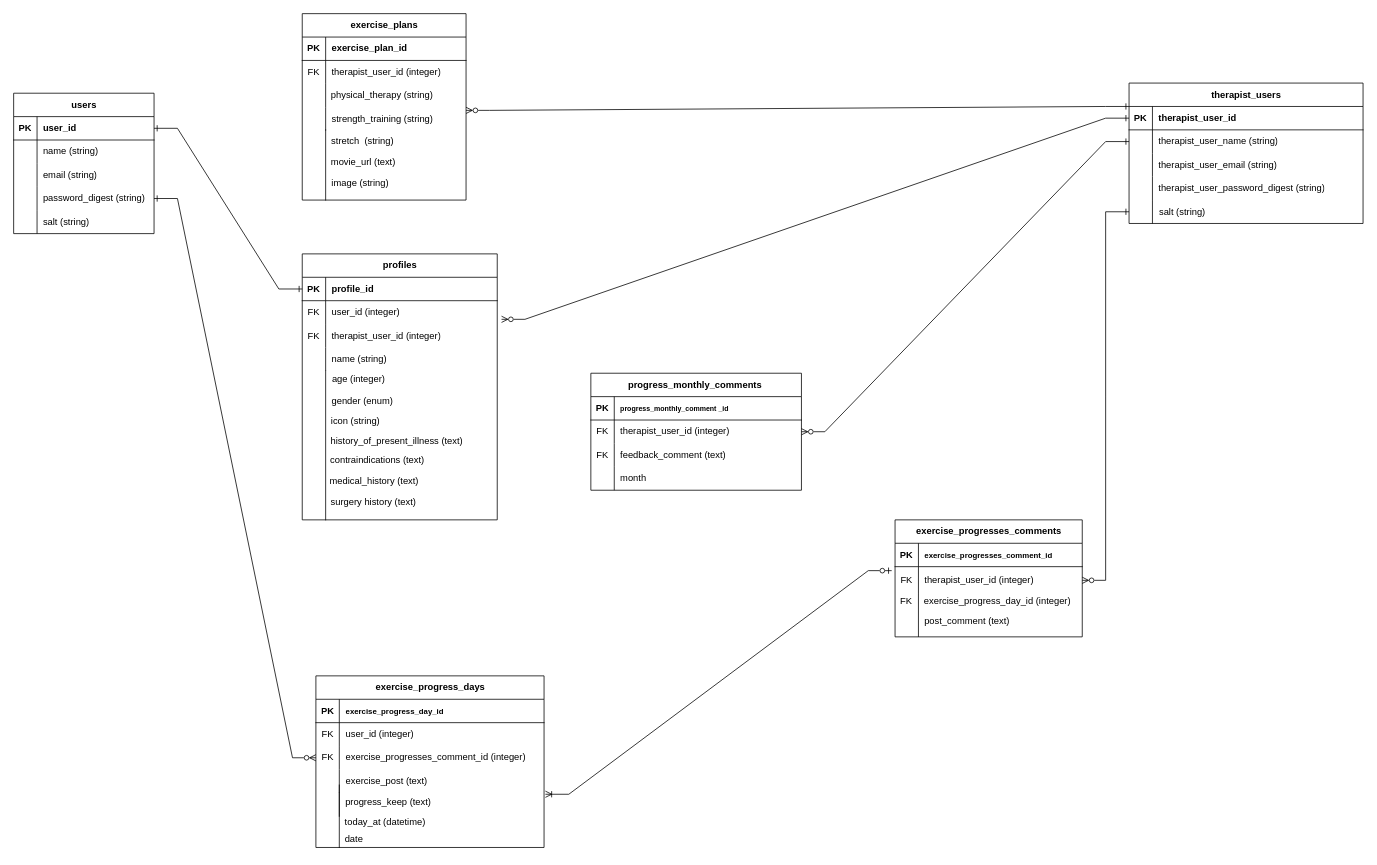
This is ER図.drawio from shimicha/rehabili_tracking_app, a draw.io file, before an edit. Source tidied: cells renumbered, new cells numbered last; positions are measured from the earlier drawing's top-left corner, leaving out a move shared by most shapes. Both pictures are drawn from the tidied source at 78%, with x=0, y=0 at pixel (13, 13).
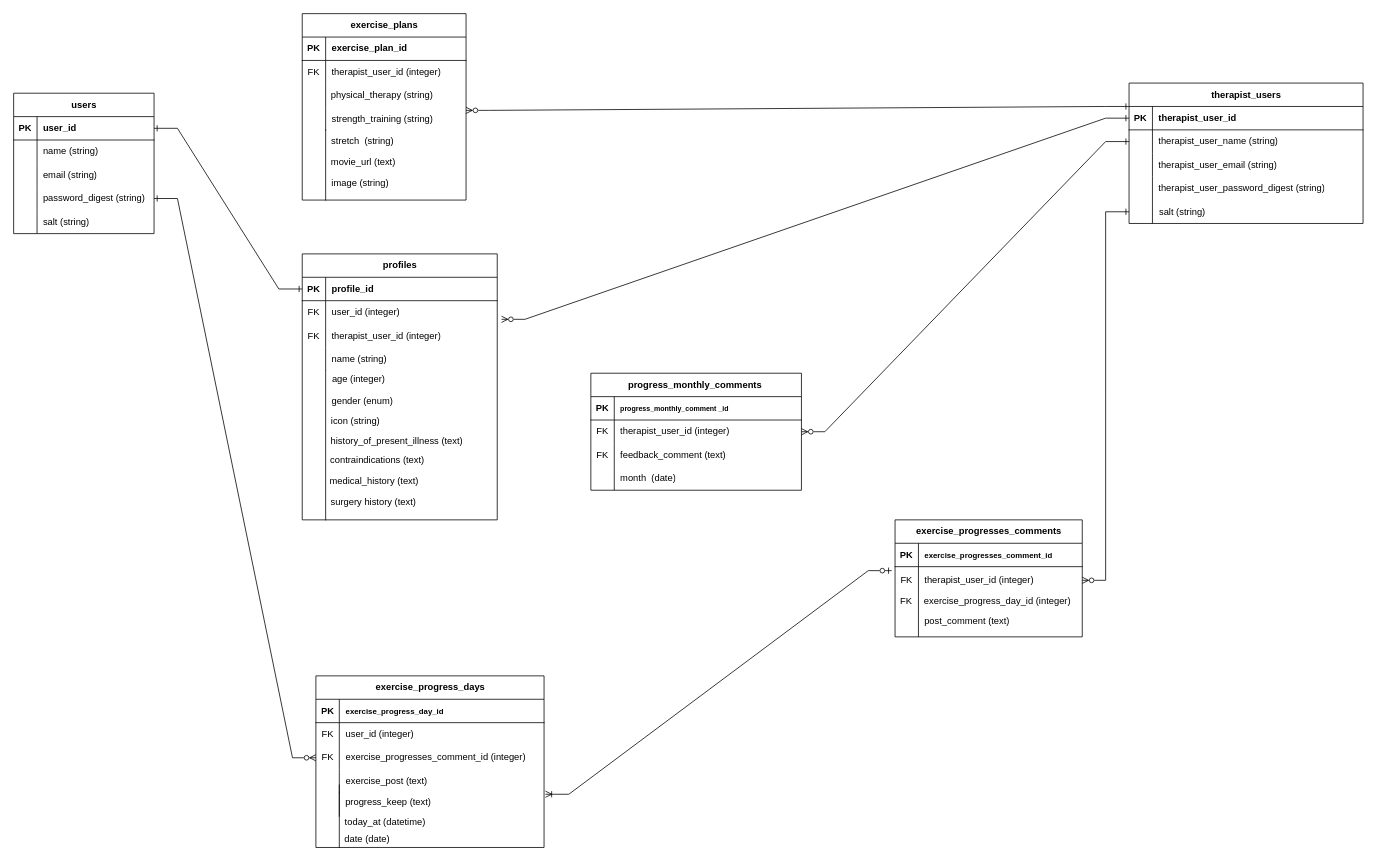
Above is the later version.

Commit message:
ER図.drawio を更新します

The change refers to these unchanged cells:
```xml
<mxCell id="64" style="shape=tableRow;horizontal=0;startSize=0;swimlaneHead=0;swimlaneBody=0;fillColor=none;top=0;left=0;right=0;bottom=0;" parent="54" vertex="1">
  <mxGeometry y="120" width="270" height="30" as="geometry" />
</mxCell>
```

Change to the diagram source:
```diff
@@
-    <mxCell id="66" value="month&amp;nbsp;" style="shape=partialRectangle;fillColor=none;top=0;left=0;bottom=0;right=0;align=left;spacingLeft=6;overflow=hidden;whiteSpace=wrap;html=1;" parent="64" vertex="1">
+    <mxCell id="66" value="month&amp;nbsp; (date)" style="shape=partialRectangle;fillColor=none;top=0;left=0;bottom=0;right=0;align=left;spacingLeft=6;overflow=hidden;whiteSpace=wrap;html=1;" parent="64" vertex="1">
       <mxGeometry x="30" width="240" height="30" as="geometry" />
     </mxCell>
@@
-    <mxCell id="124" value="date" style="text;html=1;align=center;verticalAlign=middle;strokeColor=none;fillColor=none;" parent="1" vertex="1">
-      <mxGeometry x="410.5" y="1044" width="50" height="30" as="geometry" />
+    <mxCell id="124" value="date (date)" style="text;html=1;align=center;verticalAlign=middle;strokeColor=none;fillColor=none;" parent="1" vertex="1">
+      <mxGeometry x="412.5" y="1044" width="80" height="30" as="geometry" />
     </mxCell>
```
